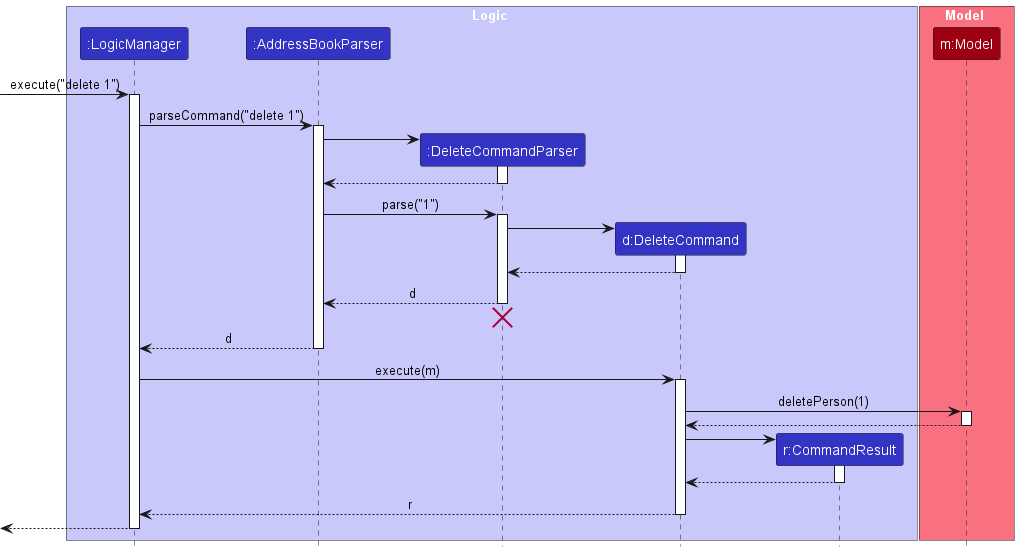
Earlier version of the PlantUML export docs/images/DeleteSequenceDiagram.png (nus-cs2103-AY2425S1/tp).
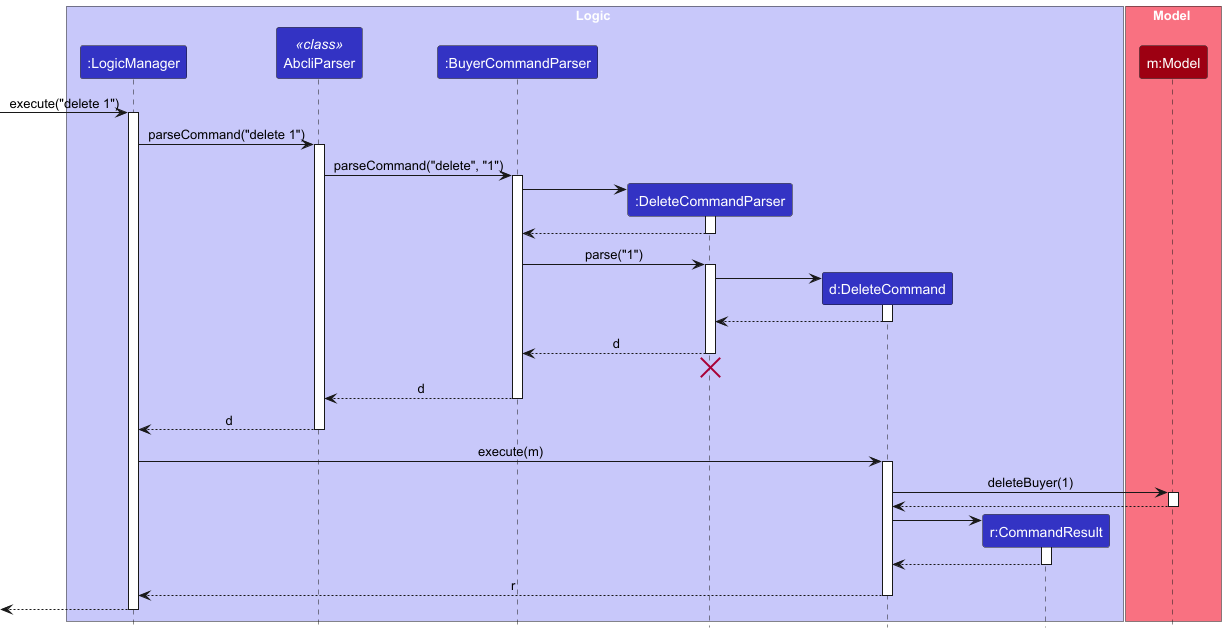
The same diagram one commit later.

Commit message:
Edit some UML diagrams for Logic

Change to the diagram source:
```diff
@@ -1,10 +1,12 @@
 @startuml
 !include style.puml
 skinparam ArrowFontStyle plain
+skinparam stereotypePosition top
 
 box Logic LOGIC_COLOR_T1
 participant ":LogicManager" as LogicManager LOGIC_COLOR
-participant ":AddressBookParser" as AddressBookParser LOGIC_COLOR
+participant "AbcliParser" as AbcliParser<<class>>LOGIC_COLOR
+participant ":BuyerCommandParser" as BuyerCommandParser LOGIC_COLOR
 participant ":DeleteCommandParser" as DeleteCommandParser LOGIC_COLOR
 participant "d:DeleteCommand" as DeleteCommand LOGIC_COLOR
 participant "r:CommandResult" as CommandResult LOGIC_COLOR
@@ -17,17 +19,20 @@
 [-> LogicManager : execute("delete 1")
 activate LogicManager
 
-LogicManager -> AddressBookParser : parseCommand("delete 1")
-activate AddressBookParser
+LogicManager -> AbcliParser : parseCommand("delete 1")
+activate AbcliParser
+
+AbcliParser -> BuyerCommandParser : parseCommand("delete", "1")
+activate BuyerCommandParser
 
 create DeleteCommandParser
-AddressBookParser -> DeleteCommandParser
+BuyerCommandParser -> DeleteCommandParser
 activate DeleteCommandParser
 
-DeleteCommandParser --> AddressBookParser
+DeleteCommandParser --> BuyerCommandParser
 deactivate DeleteCommandParser
 
-AddressBookParser -> DeleteCommandParser : parse("1")
+BuyerCommandParser -> DeleteCommandParser : parse("1")
 activate DeleteCommandParser
 
 create DeleteCommand
@@ -37,18 +42,21 @@
 DeleteCommand --> DeleteCommandParser :
 deactivate DeleteCommand
 
-DeleteCommandParser --> AddressBookParser : d
+DeleteCommandParser --> BuyerCommandParser : d
 deactivate DeleteCommandParser
-DeleteCommandParser -[hidden]-> AddressBookParser
+DeleteCommandParser -[hidden]-> BuyerCommandParser
 destroy DeleteCommandParser
 
-AddressBookParser --> LogicManager : d
-deactivate AddressBookParser
+BuyerCommandParser --> AbcliParser : d
+deactivate BuyerCommandParser
+
+AbcliParser --> LogicManager : d
+deactivate AbcliParser
 
 LogicManager -> DeleteCommand : execute(m)
 activate DeleteCommand
 
-DeleteCommand -> Model : deletePerson(1)
+DeleteCommand -> Model : deleteBuyer(1)
 activate Model
 
 Model --> DeleteCommand
```
